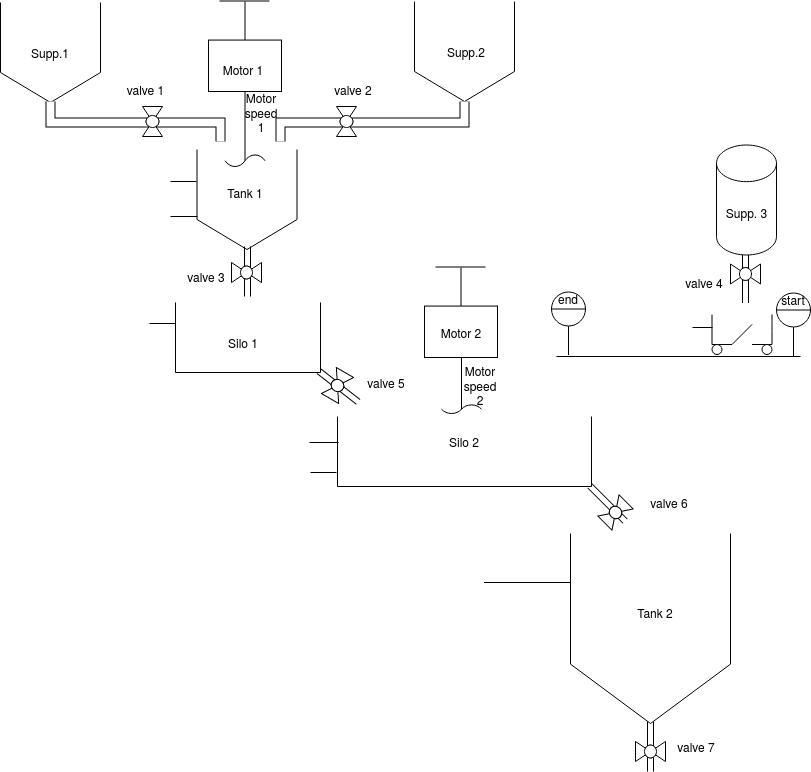
Before: physical_process.png, a diagram exported from draw.io (gkabasele/ICS_simulated_process). Source tidied: cells renumbered, new cells last; positions are measured from the earlier drawing's top-left corner, leaving out a move shared by most shapes.
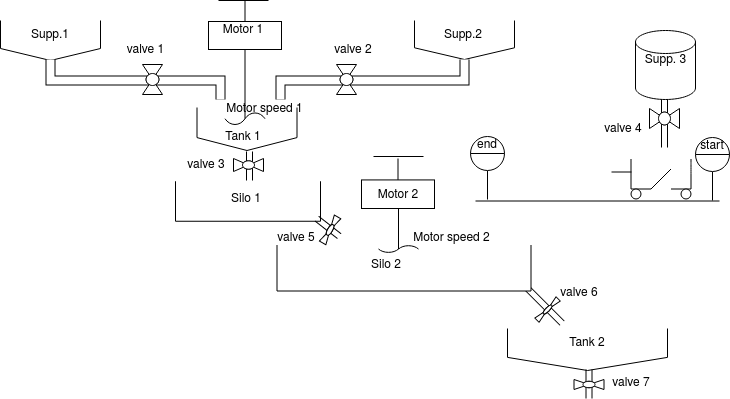
Later version of the same file.

What changed in the source:
```diff
@@ -3,61 +3,61 @@
     <mxCell id="0" />
     <mxCell id="1" parent="0" />
     <mxCell id="2" style="shape=mxgraph.pid.vessels.bunker_(conical_bottom);html=1;align=center;verticalLabelPosition=bottom;verticalAlign=top;dashed=0;" parent="1" vertex="1">
-      <mxGeometry x="196.5" y="149" width="100" height="100" as="geometry" />
+      <mxGeometry x="196.5" y="149" width="100" height="43" as="geometry" />
     </mxCell>
     <mxCell id="3" style="shape=mxgraph.pid.fittings.flanged_connection;html=1;align=center;verticalLabelPosition=bottom;verticalAlign=top;dashed=0;strokeWidth=1;rotation=135;" parent="1" vertex="1">
-      <mxGeometry x="604" y="478" width="6" height="50" as="geometry" />
+      <mxGeometry x="541" y="322" width="6" height="50" as="geometry" />
     </mxCell>
     <mxCell id="4" style="shape=mxgraph.pid.fittings.flanged_connection;html=1;align=center;verticalLabelPosition=bottom;verticalAlign=top;dashed=0;strokeWidth=1;" parent="1" vertex="1">
-      <mxGeometry x="742" y="252.5" width="6" height="50" as="geometry" />
+      <mxGeometry x="661" y="139" width="6" height="50" as="geometry" />
     </mxCell>
     <mxCell id="5" style="shape=mxgraph.pid.fittings.flanged_connection;html=1;align=center;verticalLabelPosition=bottom;verticalAlign=top;dashed=0;strokeWidth=1;" parent="1" vertex="1">
-      <mxGeometry x="244" y="246" width="6" height="50" as="geometry" />
+      <mxGeometry x="246" y="193" width="6" height="29" as="geometry" />
     </mxCell>
     <mxCell id="6" style="shape=mxgraph.pid.vessels.bunker_(conical_bottom);html=1;align=center;verticalLabelPosition=bottom;verticalAlign=top;dashed=0;" parent="1" vertex="1">
-      <mxGeometry y="2" width="100" height="100" as="geometry" />
+      <mxGeometry y="62" width="100" height="40" as="geometry" />
     </mxCell>
     <mxCell id="7" style="shape=mxgraph.pid.vessels.bunker_(conical_bottom);html=1;align=center;verticalLabelPosition=bottom;verticalAlign=top;dashed=0;" parent="1" vertex="1">
-      <mxGeometry x="414" y="1" width="100" height="100" as="geometry" />
+      <mxGeometry x="414" y="62" width="100" height="39" as="geometry" />
     </mxCell>
     <mxCell id="8" style="verticalLabelPosition=bottom;align=center;html=1;verticalAlign=top;dashed=0;shape=mxgraph.pid2valves.valve;valveType=ball;" parent="1" vertex="1">
-      <mxGeometry x="231" y="262" width="30" height="20" as="geometry" />
+      <mxGeometry x="233" y="200" width="30" height="13" as="geometry" />
     </mxCell>
     <mxCell id="9" style="shape=mxgraph.pid.vessels.container,_tank,_cistern;html=1;align=center;verticalLabelPosition=bottom;verticalAlign=top;dashed=0;" parent="1" vertex="1">
-      <mxGeometry x="175" y="302" width="145" height="70" as="geometry" />
+      <mxGeometry x="175" y="222.8" width="145" height="40" as="geometry" />
     </mxCell>
     <mxCell id="10" style="shape=mxgraph.pid.vessels.container,_tank,_cistern;html=1;align=center;verticalLabelPosition=bottom;verticalAlign=top;dashed=0;" parent="1" vertex="1">
-      <mxGeometry x="337" y="416" width="254" height="70" as="geometry" />
+      <mxGeometry x="276.5" y="286.5" width="254" height="46" as="geometry" />
     </mxCell>
     <mxCell id="11" style="shape=mxgraph.pid.vessels.settling_tank;html=1;align=center;verticalLabelPosition=bottom;verticalAlign=top;dashed=0;" parent="1" vertex="1">
-      <mxGeometry x="570" y="533" width="160" height="190" as="geometry" />
+      <mxGeometry x="507" y="370" width="160" height="42" as="geometry" />
     </mxCell>
     <mxCell id="12" style="shape=mxgraph.pid.agitators.agitator_(flate-blade_paddle);html=1;align=center;verticalLabelPosition=bottom;verticalAlign=top;dashed=0;" parent="1" vertex="1">
-      <mxGeometry x="208" y="1" width="73" height="90" as="geometry" />
+      <mxGeometry x="208" y="42" width="73" height="49" as="geometry" />
     </mxCell>
     <mxCell id="13" style="shape=mxgraph.pid.agitators.agitator_(impeller);html=1;align=center;verticalLabelPosition=bottom;verticalAlign=top;dashed=0;" parent="1" vertex="1">
       <mxGeometry x="224.5" y="91" width="40" height="75" as="geometry" />
     </mxCell>
     <mxCell id="14" style="shape=mxgraph.pid.agitators.agitator_(flate-blade_paddle);html=1;align=center;verticalLabelPosition=bottom;verticalAlign=top;dashed=0;" parent="1" vertex="1">
-      <mxGeometry x="424" y="267" width="73" height="90" as="geometry" />
+      <mxGeometry x="361" y="200" width="73" height="50" as="geometry" />
     </mxCell>
     <mxCell id="15" style="shape=mxgraph.pid.agitators.agitator_(impeller);html=1;align=center;verticalLabelPosition=bottom;verticalAlign=top;dashed=0;" parent="1" vertex="1">
-      <mxGeometry x="441" y="357" width="40" height="56" as="geometry" />
+      <mxGeometry x="378" y="250.5" width="40" height="43.4" as="geometry" />
     </mxCell>
     <mxCell id="16" style="strokeWidth=1;html=1;shape=mxgraph.flowchart.database;whiteSpace=wrap;" parent="1" vertex="1">
-      <mxGeometry x="716" y="144.5" width="60" height="110" as="geometry" />
+      <mxGeometry x="635" y="72" width="60" height="69" as="geometry" />
     </mxCell>
     <mxCell id="17" style="verticalLabelPosition=bottom;align=center;html=1;verticalAlign=top;dashed=0;shape=mxgraph.pid2valves.valve;valveType=ball;" parent="1" vertex="1">
-      <mxGeometry x="730" y="263.5" width="30" height="20" as="geometry" />
+      <mxGeometry x="649" y="150" width="30" height="20" as="geometry" />
     </mxCell>
     <mxCell id="18" style="verticalLabelPosition=bottom;align=center;html=1;verticalAlign=top;dashed=0;shape=mxgraph.pid2valves.valve;valveType=ball;rotation=-45;" parent="1" vertex="1">
-      <mxGeometry x="600" y="502" width="30" height="20" as="geometry" />
+      <mxGeometry x="532" y="348.1" width="30" height="6" as="geometry" />
     </mxCell>
     <mxCell id="19" style="shape=mxgraph.pid.fittings.flanged_connection;html=1;align=center;verticalLabelPosition=bottom;verticalAlign=top;dashed=0;strokeWidth=1;rotation=128;" parent="1" vertex="1">
-      <mxGeometry x="335" y="361" width="6" height="50" as="geometry" />
+      <mxGeometry x="324.5" y="254.6" width="6" height="28.5" as="geometry" />
     </mxCell>
     <mxCell id="20" style="verticalLabelPosition=bottom;align=center;html=1;verticalAlign=top;dashed=0;shape=mxgraph.pid2valves.valve;valveType=ball;rotation=-60;" parent="1" vertex="1">
-      <mxGeometry x="322" y="375" width="30" height="20" as="geometry" />
+      <mxGeometry x="314.6" y="267.6" width="30" height="7.5" as="geometry" />
     </mxCell>
     <mxCell id="21" style="shape=filledEdge;rounded=0;fixDash=1;endArrow=none;strokeWidth=10;fillColor=#ffffff;edgeStyle=orthogonalEdgeStyle;" parent="1" edge="1">
       <mxGeometry relative="1" as="geometry">
@@ -81,10 +81,10 @@
       </mxGeometry>
     </mxCell>
     <mxCell id="23" style="shape=mxgraph.pid.fittings.flanged_connection;html=1;align=center;verticalLabelPosition=bottom;verticalAlign=top;dashed=0;strokeWidth=1;rotation=180;" parent="1" vertex="1">
-      <mxGeometry x="647" y="721" width="6" height="50" as="geometry" />
+      <mxGeometry x="585.5" y="411" width="6" height="29" as="geometry" />
     </mxCell>
     <mxCell id="24" style="verticalLabelPosition=bottom;align=center;html=1;verticalAlign=top;dashed=0;shape=mxgraph.pid2valves.valve;valveType=ball;" parent="1" vertex="1">
-      <mxGeometry x="635" y="741" width="30" height="20" as="geometry" />
+      <mxGeometry x="573.5" y="421" width="30" height="10" as="geometry" />
     </mxCell>
     <mxCell id="25" style="verticalLabelPosition=bottom;align=center;html=1;verticalAlign=top;dashed=0;shape=mxgraph.pid2valves.valve;valveType=ball;rotation=-90;" parent="1" vertex="1">
       <mxGeometry x="137" y="111" width="30" height="20" as="geometry" />
@@ -93,31 +93,31 @@
       <mxGeometry x="331" y="111" width="30" height="20" as="geometry" />
     </mxCell>
     <mxCell id="27" value="Silo 2" style="text;html=1;strokeColor=none;fillColor=none;align=center;verticalAlign=middle;whiteSpace=wrap;rounded=0;" parent="1" vertex="1">
-      <mxGeometry x="444" y="431" width="40" height="20" as="geometry" />
+      <mxGeometry x="366" y="293.5" width="40" height="20" as="geometry" />
     </mxCell>
     <mxCell id="28" value="Tank 1" style="text;html=1;strokeColor=none;fillColor=none;align=center;verticalAlign=middle;whiteSpace=wrap;rounded=0;" parent="1" vertex="1">
-      <mxGeometry x="224.5" y="182" width="40" height="20" as="geometry" />
+      <mxGeometry x="223" y="166" width="40" height="20" as="geometry" />
     </mxCell>
     <mxCell id="29" value="Motor 2" style="text;html=1;strokeColor=none;fillColor=none;align=center;verticalAlign=middle;whiteSpace=wrap;rounded=0;" parent="1" vertex="1">
-      <mxGeometry x="437.5" y="322" width="46" height="20" as="geometry" />
+      <mxGeometry x="374.5" y="223.5" width="46" height="20" as="geometry" />
     </mxCell>
     <mxCell id="30" value="Supp. 3" style="text;html=1;strokeColor=none;fillColor=none;align=center;verticalAlign=middle;whiteSpace=wrap;rounded=0;" parent="1" vertex="1">
-      <mxGeometry x="724" y="202" width="45" height="20" as="geometry" />
+      <mxGeometry x="643" y="88.5" width="45" height="20" as="geometry" />
     </mxCell>
     <mxCell id="31" value="Supp.1" style="text;html=1;strokeColor=none;fillColor=none;align=center;verticalAlign=middle;whiteSpace=wrap;rounded=0;" parent="1" vertex="1">
-      <mxGeometry x="30" y="42" width="40" height="20" as="geometry" />
+      <mxGeometry x="30" y="63.5" width="40" height="20" as="geometry" />
     </mxCell>
     <mxCell id="32" value="Silo 1" style="text;html=1;strokeColor=none;fillColor=none;align=center;verticalAlign=middle;whiteSpace=wrap;rounded=0;" parent="1" vertex="1">
-      <mxGeometry x="223" y="332" width="40" height="20" as="geometry" />
+      <mxGeometry x="226" y="227.8" width="40" height="20" as="geometry" />
     </mxCell>
     <mxCell id="33" value="Motor 1" style="text;html=1;strokeColor=none;fillColor=none;align=center;verticalAlign=middle;whiteSpace=wrap;rounded=0;" parent="1" vertex="1">
       <mxGeometry x="220" y="59" width="46" height="20" as="geometry" />
     </mxCell>
     <mxCell id="34" value="Supp.2" style="text;html=1;strokeColor=none;fillColor=none;align=center;verticalAlign=middle;whiteSpace=wrap;rounded=0;" parent="1" vertex="1">
-      <mxGeometry x="446" y="41" width="40" height="20" as="geometry" />
+      <mxGeometry x="443" y="72" width="40" height="3" as="geometry" />
     </mxCell>
     <mxCell id="35" value="Tank 2" style="text;html=1;strokeColor=none;fillColor=none;align=center;verticalAlign=middle;whiteSpace=wrap;rounded=0;" parent="1" vertex="1">
-      <mxGeometry x="635" y="602" width="40" height="20" as="geometry" />
+      <mxGeometry x="567" y="372" width="40" height="20" as="geometry" />
     </mxCell>
     <mxCell id="36" value="valve 1" style="text;html=1;strokeColor=none;fillColor=none;align=center;verticalAlign=middle;whiteSpace=wrap;rounded=0;" parent="1" vertex="1">
       <mxGeometry x="110" y="79" width="71" height="20" as="geometry" />
@@ -126,128 +126,94 @@
       <mxGeometry x="326" y="79" width="54" height="20" as="geometry" />
     </mxCell>
     <mxCell id="38" value="valve 3" style="text;html=1;strokeColor=none;fillColor=none;align=center;verticalAlign=middle;whiteSpace=wrap;rounded=0;" parent="1" vertex="1">
-      <mxGeometry x="185.5" y="266" width="40" height="20" as="geometry" />
+      <mxGeometry x="186" y="194" width="40" height="20" as="geometry" />
     </mxCell>
     <mxCell id="39" value="valve 4" style="text;html=1;strokeColor=none;fillColor=none;align=center;verticalAlign=middle;whiteSpace=wrap;rounded=0;rotation=0;" parent="1" vertex="1">
-      <mxGeometry x="684" y="271.5" width="40" height="20" as="geometry" />
+      <mxGeometry x="603" y="158" width="40" height="20" as="geometry" />
     </mxCell>
     <mxCell id="40" value="valve 7" style="text;html=1;strokeColor=none;fillColor=none;align=center;verticalAlign=middle;whiteSpace=wrap;rounded=0;" parent="1" vertex="1">
-      <mxGeometry x="672" y="736" width="48" height="20" as="geometry" />
+      <mxGeometry x="607" y="412" width="48" height="20" as="geometry" />
     </mxCell>
     <mxCell id="41" value="valve 5" style="text;html=1;strokeColor=none;fillColor=none;align=center;verticalAlign=middle;whiteSpace=wrap;rounded=0;" parent="1" vertex="1">
-      <mxGeometry x="362" y="372" width="48" height="20" as="geometry" />
+      <mxGeometry x="272" y="266.5" width="48" height="20" as="geometry" />
     </mxCell>
     <mxCell id="42" value="valve 6" style="text;html=1;strokeColor=none;fillColor=none;align=center;verticalAlign=middle;whiteSpace=wrap;rounded=0;" parent="1" vertex="1">
-      <mxGeometry x="645" y="492" width="48" height="20" as="geometry" />
+      <mxGeometry x="555" y="322" width="48" height="20" as="geometry" />
     </mxCell>
     <mxCell id="43" value="end" style="html=1;align=center;dashed=0;shape=mxgraph.pid2inst.indicator;mounting=room;overflow=fill;indType=inst;" parent="1" vertex="1">
-      <mxGeometry x="551" y="291.5" width="34" height="63" as="geometry" />
+      <mxGeometry x="470" y="178" width="34" height="63" as="geometry" />
     </mxCell>
     <mxCell id="44" value="start" style="html=1;align=center;dashed=0;shape=mxgraph.pid2inst.indicator;mounting=room;overflow=fill;indType=inst;" parent="1" vertex="1">
-      <mxGeometry x="776" y="292.5" width="34" height="63" as="geometry" />
+      <mxGeometry x="695" y="179" width="34" height="63" as="geometry" />
     </mxCell>
     <mxCell id="45" style="endArrow=none;html=1;strokeColor=#000000;" parent="1" edge="1">
       <mxGeometry relative="1" as="geometry">
-        <mxPoint x="556" y="356" as="sourcePoint" />
-        <mxPoint x="800" y="356" as="targetPoint" />
+        <mxPoint x="475" y="242.5" as="sourcePoint" />
+        <mxPoint x="719" y="242.5" as="targetPoint" />
       </mxGeometry>
     </mxCell>
     <mxCell id="46" style="endArrow=none;html=1;strokeColor=#000000;" parent="1" edge="1">
       <mxGeometry relative="1" as="geometry">
-        <mxPoint x="711.5" y="344" as="sourcePoint" />
-        <mxPoint x="711.5" y="314" as="targetPoint" />
+        <mxPoint x="630.5" y="230.5" as="sourcePoint" />
+        <mxPoint x="630.5" y="200.5" as="targetPoint" />
       </mxGeometry>
     </mxCell>
     <mxCell id="47" style="endArrow=none;html=1;strokeColor=#000000;" parent="1" edge="1">
       <mxGeometry relative="1" as="geometry">
-        <mxPoint x="771.5" y="344" as="sourcePoint" />
-        <mxPoint x="771.5" y="314" as="targetPoint" />
+        <mxPoint x="690.5" y="230.5" as="sourcePoint" />
+        <mxPoint x="690.5" y="200.5" as="targetPoint" />
         <Array as="points">
-          <mxPoint x="771.5" y="321" />
+          <mxPoint x="690.5" y="207.5" />
         </Array>
       </mxGeometry>
     </mxCell>
     <mxCell id="48" style="endArrow=none;html=1;strokeColor=#000000;" parent="1" edge="1">
       <mxGeometry relative="1" as="geometry">
-        <mxPoint x="731.5" y="344" as="sourcePoint" />
-        <mxPoint x="711.5" y="344" as="targetPoint" />
+        <mxPoint x="650.5" y="230.5" as="sourcePoint" />
+        <mxPoint x="630.5" y="230.5" as="targetPoint" />
       </mxGeometry>
     </mxCell>
     <mxCell id="49" style="endArrow=none;html=1;strokeColor=#000000;" parent="1" edge="1">
       <mxGeometry relative="1" as="geometry">
-        <mxPoint x="731.5" y="344" as="sourcePoint" />
-        <mxPoint x="751.5" y="324" as="targetPoint" />
+        <mxPoint x="650.5" y="230.5" as="sourcePoint" />
+        <mxPoint x="670.5" y="210.5" as="targetPoint" />
       </mxGeometry>
     </mxCell>
     <mxCell id="50" style="endArrow=none;html=1;strokeColor=#000000;" parent="1" edge="1">
       <mxGeometry relative="1" as="geometry">
-        <mxPoint x="751.5" y="344" as="sourcePoint" />
-        <mxPoint x="771.5" y="344" as="targetPoint" />
+        <mxPoint x="670.5" y="230.5" as="sourcePoint" />
+        <mxPoint x="690.5" y="230.5" as="targetPoint" />
       </mxGeometry>
     </mxCell>
     <mxCell id="51" style="ellipse;whiteSpace=wrap;html=1;" parent="1" vertex="1">
-      <mxGeometry x="711.5" y="344" width="10" height="10" as="geometry" />
+      <mxGeometry x="630.5" y="230.5" width="10" height="10" as="geometry" />
     </mxCell>
     <mxCell id="52" style="ellipse;whiteSpace=wrap;html=1;" parent="1" vertex="1">
-      <mxGeometry x="761.5" y="344" width="10" height="10" as="geometry" />
+      <mxGeometry x="680.5" y="230.5" width="10" height="10" as="geometry" />
     </mxCell>
-    <mxCell id="53" style="endArrow=none;html=1;strokeColor=#000000;entryX=-0.005;entryY=0.32;entryPerimeter=0;" parent="1" edge="1" target="2">
-      <mxGeometry relative="1" as="geometry">
-        <mxPoint x="170" y="181" as="sourcePoint" />
-      </mxGeometry>
-    </mxCell>
-    <mxCell id="54" style="endArrow=none;html=1;strokeColor=#000000;entryX=0.005;entryY=0.67;entryPerimeter=0;" parent="1" edge="1" target="2">
-      <mxGeometry relative="1" as="geometry">
-        <mxPoint x="170" y="216" as="sourcePoint" />
-      </mxGeometry>
-    </mxCell>
-    <mxCell id="55" style="endArrow=none;html=1;strokeColor=#000000;entryX=0.007;entryY=0.3;entryPerimeter=0;" parent="1" edge="1">
-      <mxGeometry relative="1" as="geometry">
-        <mxPoint x="149" y="323" as="sourcePoint" />
-        <mxPoint x="175" y="323" as="targetPoint" />
-      </mxGeometry>
-    </mxCell>
-    <mxCell id="56" style="endArrow=none;html=1;strokeColor=#000000;" parent="1" edge="1">
-      <mxGeometry relative="1" as="geometry">
-        <mxPoint x="310" y="472" as="sourcePoint" />
-        <mxPoint x="336" y="472" as="targetPoint" />
-      </mxGeometry>
-    </mxCell>
-    <mxCell id="57" style="endArrow=none;html=1;strokeColor=#000000;entryX=0.008;entryY=0.371;entryPerimeter=0;" parent="1" edge="1">
-      <mxGeometry relative="1" as="geometry">
-        <mxPoint x="309" y="442" as="sourcePoint" />
-        <mxPoint x="338" y="442" as="targetPoint" />
-      </mxGeometry>
-    </mxCell>
-    <mxCell id="58" style="endArrow=none;html=1;strokeColor=#000000;" parent="1" edge="1">
-      <mxGeometry relative="1" as="geometry">
-        <mxPoint x="483.5" y="582" as="sourcePoint" />
-        <mxPoint x="570" y="582" as="targetPoint" />
-      </mxGeometry>
-    </mxCell>
     <mxCell id="59" style="endArrow=none;html=1;strokeColor=#000000;" parent="1" edge="1">
       <mxGeometry relative="1" as="geometry">
-        <mxPoint x="692" y="327" as="sourcePoint" />
-        <mxPoint x="712" y="327" as="targetPoint" />
+        <mxPoint x="611" y="213.5" as="sourcePoint" />
+        <mxPoint x="631" y="213.5" as="targetPoint" />
       </mxGeometry>
     </mxCell>
-    <mxCell id="60" style="endArrow=none;html=1;strokeColor=#000000;" parent="1" edge="1">
-      <mxGeometry relative="1" as="geometry">
-        <mxPoint x="435" y="266.5" as="sourcePoint" />
-        <mxPoint x="485" y="266.5" as="targetPoint" />
-      </mxGeometry>
-    </mxCell>
-    <mxCell id="61" style="endArrow=none;html=1;strokeColor=#000000;" parent="1" edge="1">
-      <mxGeometry relative="1" as="geometry">
-        <mxPoint x="219" y="0.5" as="sourcePoint" />
-        <mxPoint x="269" y="0.5" as="targetPoint" />
-      </mxGeometry>
-    </mxCell>
     <mxCell id="62" value="Motor speed 1" style="text;html=1;strokeColor=none;fillColor=none;align=center;verticalAlign=middle;whiteSpace=wrap;rounded=0;" parent="1" vertex="1">
-      <mxGeometry x="241" y="102" width="40" height="20" as="geometry" />
+      <mxGeometry x="224.5" y="138" width="79" height="20" as="geometry" />
     </mxCell>
     <mxCell id="63" value="Motor speed 2" style="text;html=1;strokeColor=none;fillColor=none;align=center;verticalAlign=middle;whiteSpace=wrap;rounded=0;" parent="1" vertex="1">
-      <mxGeometry x="460" y="375" width="40" height="20" as="geometry" />
+      <mxGeometry x="403" y="266.5" width="97" height="20" as="geometry" />
     </mxCell>
+    <mxCell id="64" style="endArrow=none;html=1;" parent="1" edge="1">
+      <mxGeometry relative="1" as="geometry">
+        <mxPoint x="373" y="198" as="sourcePoint" />
+        <mxPoint x="423" y="198" as="targetPoint" />
+      </mxGeometry>
+    </mxCell>
+    <mxCell id="65" style="endArrow=none;html=1;" parent="1" edge="1">
+      <mxGeometry relative="1" as="geometry">
+        <mxPoint x="218" y="42" as="sourcePoint" />
+        <mxPoint x="268" y="42" as="targetPoint" />
+      </mxGeometry>
+    </mxCell>
   </root>
 </mxGraphModel>
```
